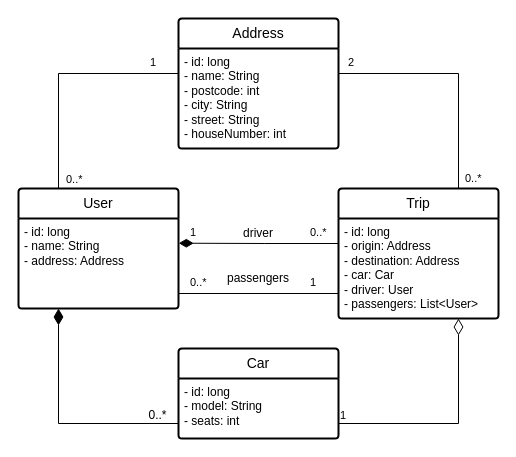
KOUKOU13/test keeps this draw.io diagram as doc/images/domain-model.drawio. Above is the earlier version. Source tidied: cells renumbered, new cells numbered last; positions are measured from the earlier drawing's top-left corner, leaving out a move shared by most shapes. Both pictures are drawn from the tidied source at 100%, with x=0, y=0 at pixel (18, 18).
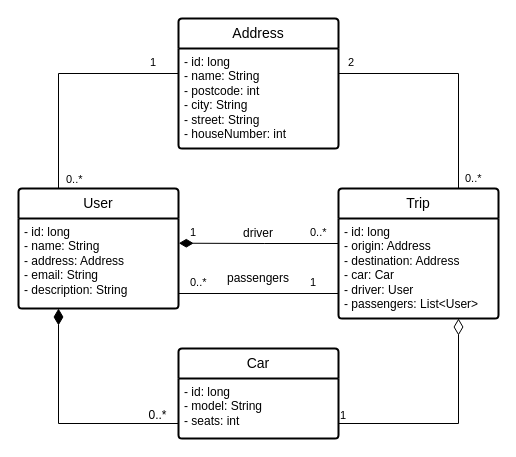
The same page after the edit.

Commit message (it also covers changes not shown here):
Added missing attributes to domain model

The change refers to these unchanged cells:
```xml
<mxCell id="3" value="User" style="swimlane;horizontal=1;startSize=30;rounded=1;fontSize=14;fontStyle=0;strokeWidth=2;shadow=0;dashed=0;align=center;arcSize=4;whiteSpace=wrap;html=1;" parent="1" vertex="1">
  <mxGeometry y="170" width="160" height="120" as="geometry" />
</mxCell>
```

Diff of the diagram source:
```diff
@@
-    <mxCell id="4" value="- id: long&lt;br&gt;- name: String&lt;br&gt;- address: Address" style="align=left;strokeColor=none;fillColor=none;spacingLeft=4;fontSize=12;verticalAlign=top;html=1;" parent="3" vertex="1">
+    <mxCell id="4" value="- id: long&lt;br&gt;- name: String&lt;br&gt;- address: Address&lt;br&gt;- email: String&lt;br&gt;- description: String" style="align=left;strokeColor=none;fillColor=none;spacingLeft=4;fontSize=12;verticalAlign=top;html=1;" parent="3" vertex="1">
       <mxGeometry y="30" width="160" height="90" as="geometry" />
     </mxCell>
```
